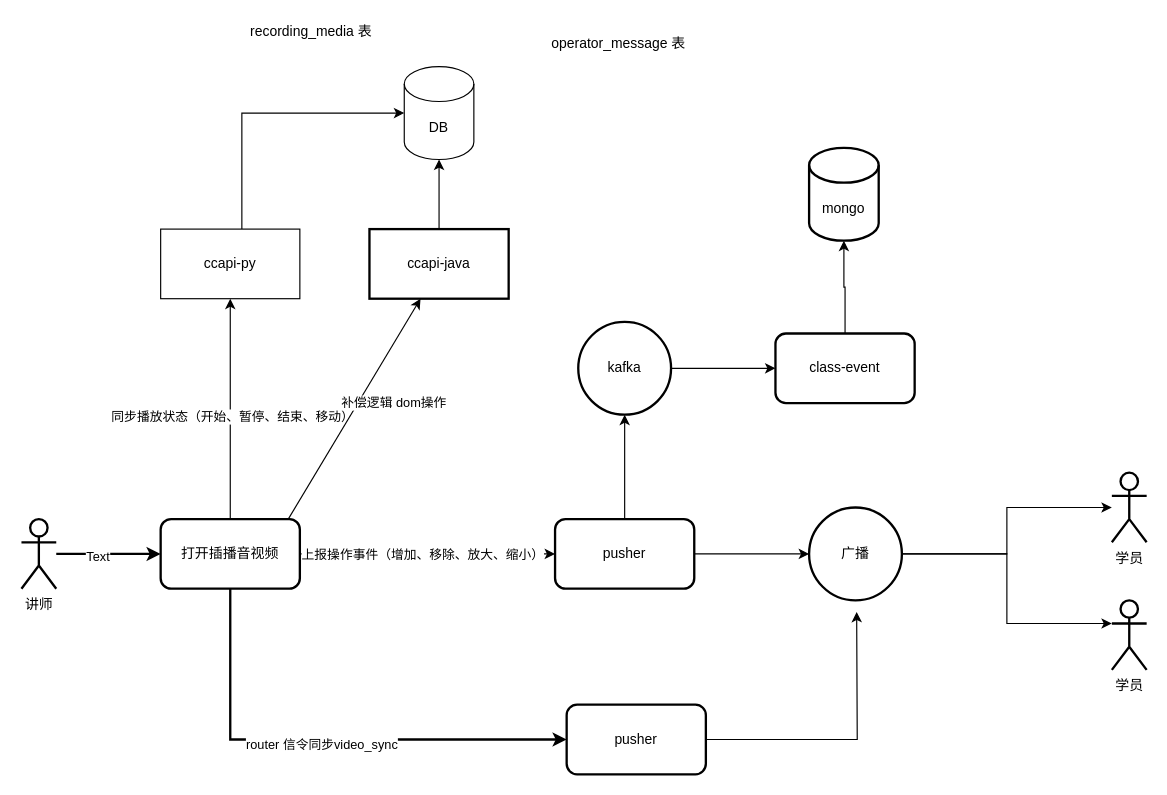
This is 讲师离开插播音视频正常播放.drawio from pkx10086/diagram, a draw.io file, before an edit. Source tidied: cells renumbered, new cells numbered last; positions are measured from the earlier drawing's top-left corner, leaving out a move shared by most shapes. Both pictures are drawn from the tidied source at 116%, with x=0, y=0 at pixel (21, 20).
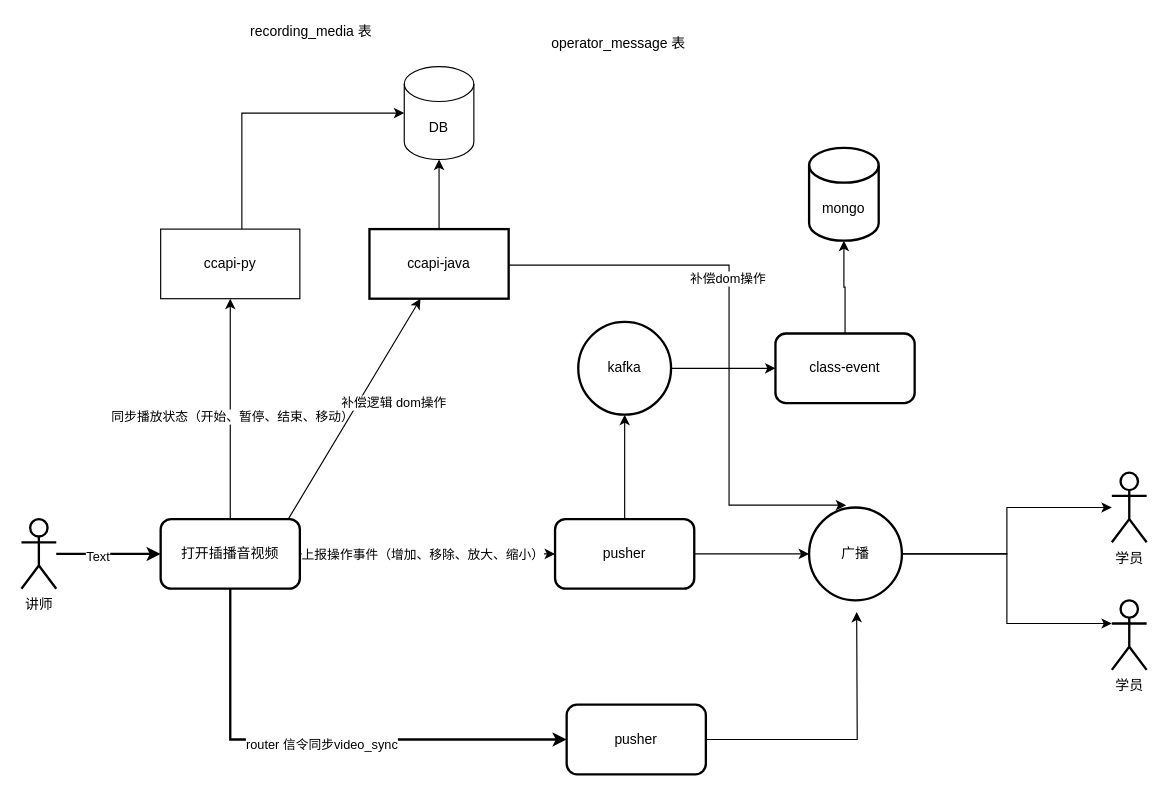
The same page after the edit.

Commit message (it also covers changes not shown here):
更新讲师离开插播音视频正常播放.drawio

The change refers to these unchanged cells:
```xml
<mxCell id="21" value="广播" style="ellipse;whiteSpace=wrap;html=1;strokeWidth=2;" parent="1" vertex="1">
  <mxGeometry x="679" y="420" width="80" height="80" as="geometry" />
</mxCell>
```

Change to the diagram source:
```diff
@@
+    <mxCell id="36" style="edgeStyle=orthogonalEdgeStyle;rounded=0;jettySize=auto;html=1;entryX=0.4;entryY=-0.025;entryDx=0;entryDy=0;entryPerimeter=0;" parent="1" edge="1" target="21">
+      <mxGeometry relative="1" as="geometry">
+        <mxPoint x="379.5" y="210" as="sourcePoint" />
+        <Array as="points">
+          <mxPoint x="380" y="211" />
+          <mxPoint x="610" y="211" />
+          <mxPoint x="610" y="418" />
+        </Array>
+      </mxGeometry>
+    </mxCell>
+    <mxCell id="37" value="补偿dom操作" style="edgeLabel;html=1;align=center;verticalAlign=middle;" parent="36" vertex="1">
+      <mxGeometry x="-0.1" y="-2" relative="1" as="geometry" />
+    </mxCell>
```
